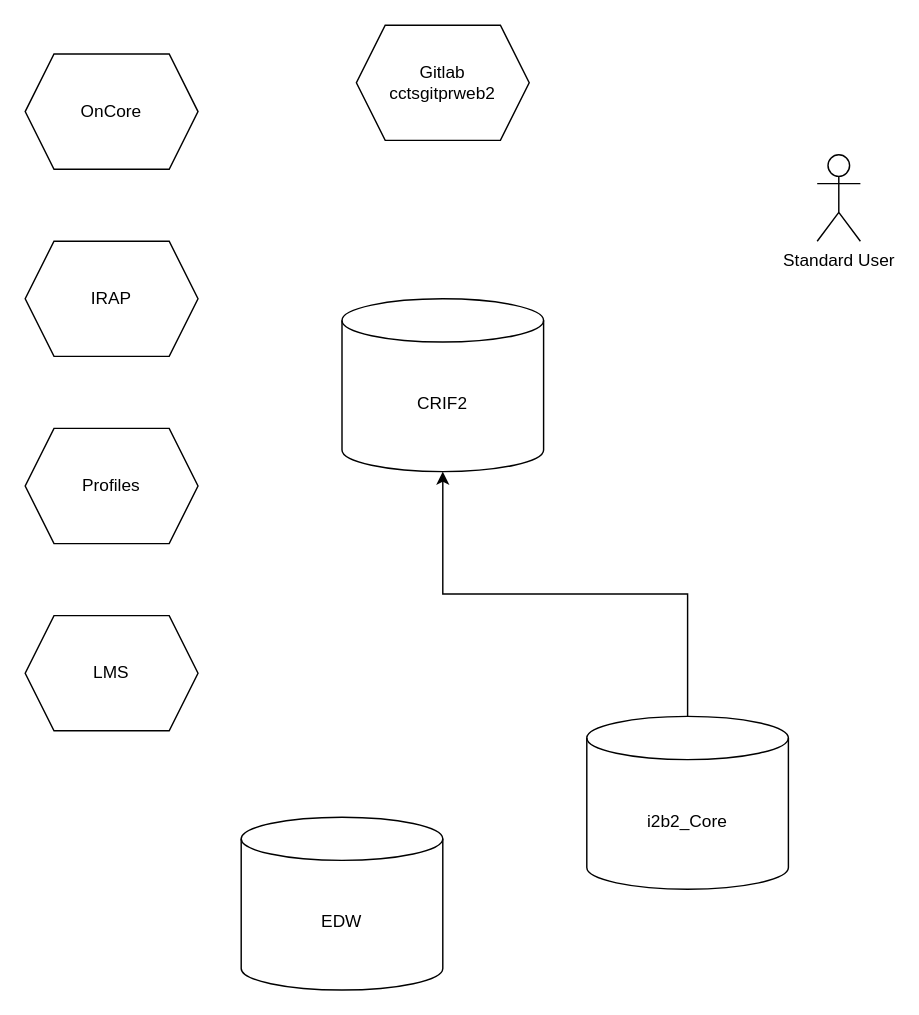
Before: Data Flow Diagram DataLENS V2.drawio in ntimkovich/UAB-II-Diagrams, a draw.io diagram. Source tidied: cells renumbered, new cells numbered last; positions are measured from the earlier drawing's top-left corner, leaving out a move shared by most shapes. Both pictures are drawn from the tidied source at 144%, with x=0, y=0 at pixel (24, 24).
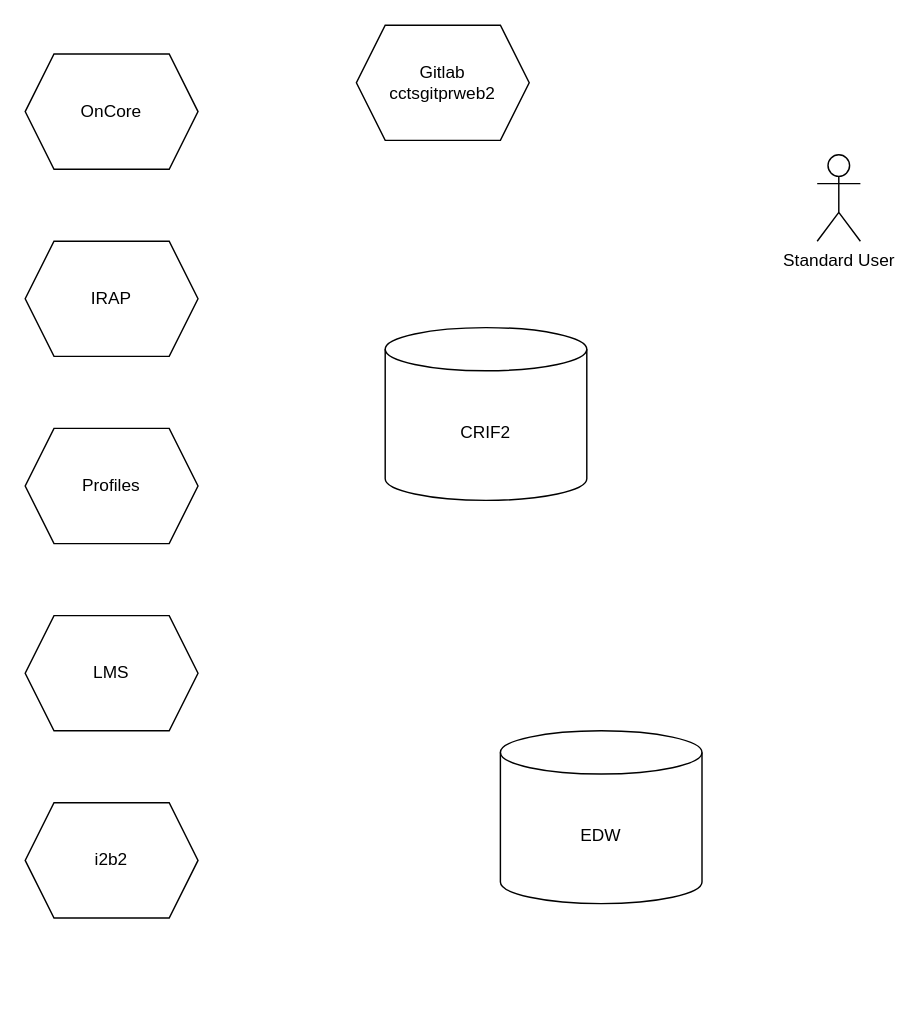
The same diagram, later.

Diff of the diagram source:
```diff
@@
 <mxGraphModel>
   <root>
     <mxCell id="0" />
     <mxCell id="1" parent="0" />
     <mxCell id="2" value="CRIF2" style="shape=cylinder3;whiteSpace=wrap;html=1;boundedLbl=1;backgroundOutline=1;size=15;" parent="1" vertex="1">
-      <mxGeometry x="220" y="190" width="140" height="120" as="geometry" />
+      <mxGeometry x="250" y="210" width="140" height="120" as="geometry" />
     </mxCell>
-    <mxCell id="3" style="edgeStyle=orthogonalEdgeStyle;rounded=0;jettySize=auto;html=1;exitX=0.5;exitY=0;exitDx=0;exitDy=0;exitPerimeter=0;entryX=0.5;entryY=1;entryDx=0;entryDy=0;entryPerimeter=0;" parent="1" edge="1" source="4" target="2">
-      <mxGeometry relative="1" as="geometry" />
-    </mxCell>
-    <mxCell id="4" value="i2b2_Core" style="shape=cylinder3;whiteSpace=wrap;html=1;boundedLbl=1;backgroundOutline=1;size=15;" parent="1" vertex="1">
-      <mxGeometry x="390" y="480" width="140" height="120" as="geometry" />
-    </mxCell>
     <mxCell id="5" value="OnCore" style="shape=hexagon;perimeter=hexagonPerimeter2;whiteSpace=wrap;html=1;fixedSize=1;" parent="1" vertex="1">
       <mxGeometry y="20" width="120" height="80" as="geometry" />
     </mxCell>
     <mxCell id="6" value="IRAP" style="shape=hexagon;perimeter=hexagonPerimeter2;whiteSpace=wrap;html=1;fixedSize=1;" parent="1" vertex="1">
       <mxGeometry y="150" width="120" height="80" as="geometry" />
     </mxCell>
     <mxCell id="7" value="Profiles" style="shape=hexagon;perimeter=hexagonPerimeter2;whiteSpace=wrap;html=1;fixedSize=1;" parent="1" vertex="1">
       <mxGeometry y="280" width="120" height="80" as="geometry" />
     </mxCell>
     <mxCell id="8" value="LMS" style="shape=hexagon;perimeter=hexagonPerimeter2;whiteSpace=wrap;html=1;fixedSize=1;" parent="1" vertex="1">
       <mxGeometry y="410" width="120" height="80" as="geometry" />
     </mxCell>
     <mxCell id="9" value="Gitlab&lt;br&gt;cctsgitprweb2" style="shape=hexagon;perimeter=hexagonPerimeter2;whiteSpace=wrap;html=1;fixedSize=1;" parent="1" vertex="1">
       <mxGeometry x="230" width="120" height="80" as="geometry" />
     </mxCell>
     <mxCell id="10" value="Standard User" style="shape=umlActor;verticalLabelPosition=bottom;verticalAlign=top;html=1;" parent="1" vertex="1">
       <mxGeometry x="550" y="90" width="30" height="60" as="geometry" />
     </mxCell>
     <mxCell id="11" value="EDW" style="shape=cylinder3;whiteSpace=wrap;html=1;boundedLbl=1;backgroundOutline=1;size=15;" parent="1" vertex="1">
-      <mxGeometry x="150" y="550" width="140" height="120" as="geometry" />
+      <mxGeometry x="330" y="490" width="140" height="120" as="geometry" />
     </mxCell>
+    <mxCell id="12" value="i2b2" style="shape=hexagon;perimeter=hexagonPerimeter2;whiteSpace=wrap;html=1;fixedSize=1;" parent="1" vertex="1">
+      <mxGeometry y="540" width="120" height="80" as="geometry" />
+    </mxCell>
   </root>
 </mxGraphModel>
```
